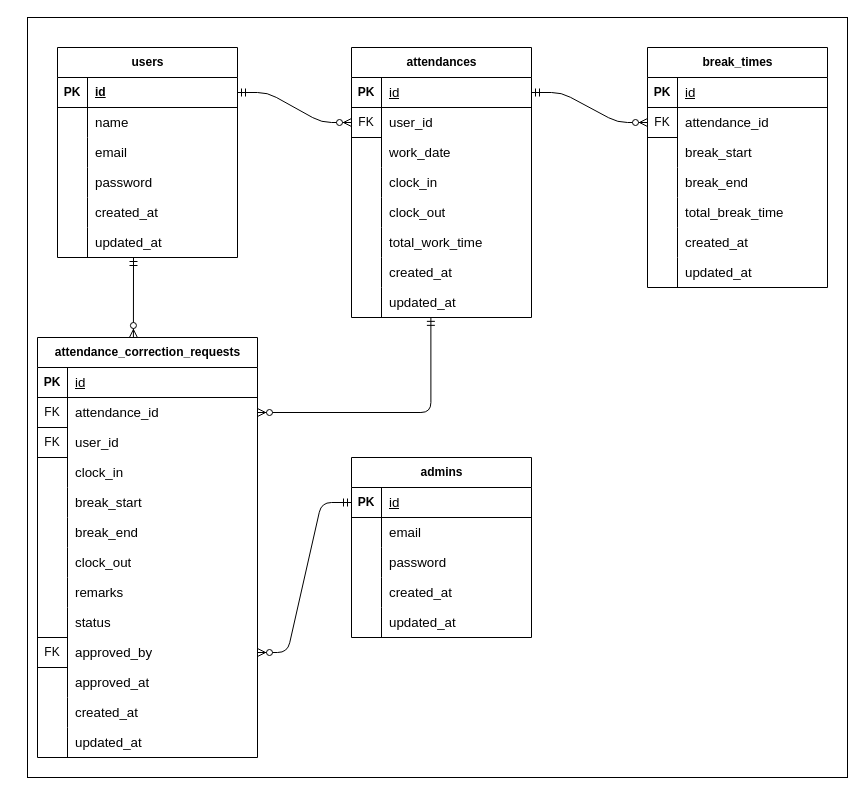
This is Attendance=app.dio from tashima-git/Attendance-app, a draw.io file, before an edit. Source tidied: cells renumbered, new cells numbered last; positions are measured from the earlier drawing's top-left corner, leaving out a move shared by most shapes. Both pictures are drawn from the tidied source at 100%, with x=0, y=0 at pixel (27, 17).
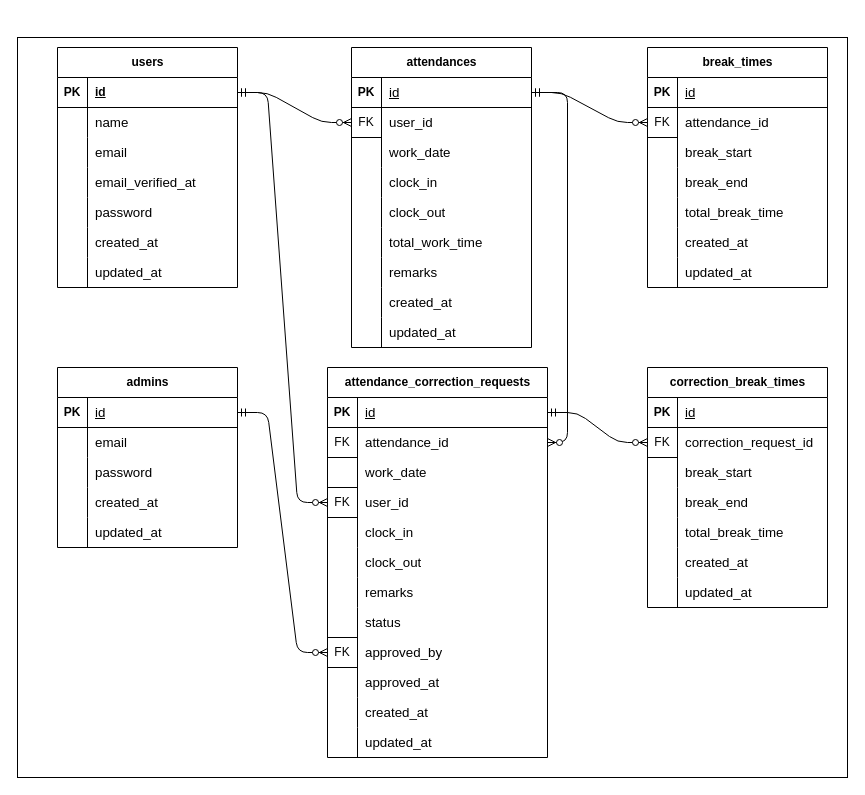
The same page after the edit.

The change refers to these unchanged cells:
```xml
<mxCell id="4" style="shape=tableRow;horizontal=0;startSize=0;swimlaneHead=0;swimlaneBody=0;fillColor=none;points=[[0,0.5],[1,0.5]];portConstraint=eastwest;top=0;left=0;right=0;bottom=1;" parent="3" vertex="1">
  <mxGeometry y="30" width="180" height="30" as="geometry" />
</mxCell>
<mxCell id="13" style="shape=tableRow;horizontal=0;startSize=0;swimlaneHead=0;swimlaneBody=0;fillColor=none;top=0;left=0;right=0;bottom=0;" parent="3" vertex="1">
  <mxGeometry y="120" width="180" height="30" as="geometry" />
</mxCell>
<mxCell id="16" style="shape=tableRow;horizontal=0;startSize=0;swimlaneHead=0;swimlaneBody=0;fillColor=none;top=0;left=0;right=0;bottom=0;" parent="3" vertex="1">
  <mxGeometry y="150" width="180" height="30" as="geometry" />
</mxCell>
<mxCell id="19" style="shape=tableRow;horizontal=0;startSize=0;swimlaneHead=0;swimlaneBody=0;fillColor=none;top=0;left=0;right=0;bottom=0;" parent="3" vertex="1">
  <mxGeometry y="180" width="180" height="30" as="geometry" />
</mxCell>
<mxCell id="23" style="shape=tableRow;horizontal=0;startSize=0;swimlaneHead=0;swimlaneBody=0;fillColor=none;points=[[0,0.5],[1,0.5]];portConstraint=eastwest;top=0;left=0;right=0;bottom=1;" parent="22" vertex="1">
  <mxGeometry y="30" width="180" height="30" as="geometry" />
</mxCell>
<mxCell id="39" style="shape=tableRow;horizontal=0;startSize=0;swimlaneHead=0;swimlaneBody=0;fillColor=none;points=[[0,0.5],[1,0.5]];portConstraint=eastwest;top=0;left=0;right=0;bottom=1;" parent="38" vertex="1">
  <mxGeometry y="30" width="180" height="30" as="geometry" />
</mxCell>
<mxCell id="86" style="shape=tableRow;horizontal=0;startSize=0;swimlaneHead=0;swimlaneBody=0;fillColor=none;points=[[0,0.5],[1,0.5]];portConstraint=eastwest;top=0;left=0;right=0;bottom=1;" parent="85" vertex="1">
  <mxGeometry y="30" width="220" height="30" as="geometry" />
</mxCell>
<mxCell id="89" style="shape=tableRow;horizontal=0;startSize=0;swimlaneHead=0;swimlaneBody=0;fillColor=none;points=[[0,0.5],[1,0.5]];portConstraint=eastwest;top=0;left=0;right=0;bottom=0;" parent="85" vertex="1">
  <mxGeometry y="60" width="220" height="30" as="geometry" />
</mxCell>
```

What changed in the source:
```diff
@@
     <mxCell id="2" style="rounded=0;whiteSpace=wrap;html=1;" parent="1" vertex="1">
-      <mxGeometry width="820" height="760" as="geometry" />
+      <mxGeometry x="-10" y="20" width="830" height="740" as="geometry" />
     </mxCell>
     <mxCell id="3" value="users" style="shape=table;startSize=30;childLayout=tableLayout;rowLines=0;fontStyle=1;align=center;html=1;" parent="1" vertex="1">
-      <mxGeometry x="30" y="30" width="180" height="210" as="geometry" />
+      <mxGeometry x="30" y="30" width="180" height="240" as="geometry" />
     </mxCell>
@@
-    <mxCell id="15" value="&lt;span style=&quot;color: rgb(0, 0, 0); font-size: 10pt; font-family: Arial;&quot;&gt;password&lt;/span&gt;" style="shape=partialRectangle;fillColor=none;top=0;left=0;bottom=0;right=0;align=left;spacingLeft=6;overflow=hidden;whiteSpace=wrap;html=1;" parent="13" vertex="1">
+    <mxCell id="15" value="&lt;span style=&quot;color: rgb(0, 0, 0); font-size: 10pt; font-family: Arial;&quot;&gt;email_verified_at&lt;/span&gt;" style="shape=partialRectangle;fillColor=none;top=0;left=0;bottom=0;right=0;align=left;spacingLeft=6;overflow=hidden;whiteSpace=wrap;html=1;" parent="13" vertex="1">
       <mxGeometry x="30" width="150" height="30" as="geometry" />
     </mxCell>
@@
-    <mxCell id="18" value="&lt;span style=&quot;color: rgb(0, 0, 0); font-size: 10pt; font-family: Arial;&quot;&gt;created_at&lt;/span&gt;" style="shape=partialRectangle;fillColor=none;top=0;left=0;bottom=0;right=0;align=left;spacingLeft=6;overflow=hidden;whiteSpace=wrap;html=1;" parent="16" vertex="1">
+    <mxCell id="18" value="&lt;span style=&quot;color: rgb(0, 0, 0); font-family: Arial; font-size: 13.3333px;&quot;&gt;password&lt;/span&gt;" style="shape=partialRectangle;fillColor=none;top=0;left=0;bottom=0;right=0;align=left;spacingLeft=6;overflow=hidden;whiteSpace=wrap;html=1;" parent="16" vertex="1">
       <mxGeometry x="30" width="150" height="30" as="geometry" />
     </mxCell>
@@
-    <mxCell id="21" value="&lt;span style=&quot;color: rgb(0, 0, 0); font-size: 10pt; font-family: Arial;&quot;&gt;updated_at&lt;/span&gt;" style="shape=partialRectangle;fillColor=none;top=0;left=0;bottom=0;right=0;align=left;spacingLeft=6;overflow=hidden;whiteSpace=wrap;html=1;" parent="19" vertex="1">
+    <mxCell id="21" value="&lt;span style=&quot;color: rgb(0, 0, 0); font-family: Arial; font-size: 13.3333px;&quot;&gt;created_at&lt;/span&gt;" style="shape=partialRectangle;fillColor=none;top=0;left=0;bottom=0;right=0;align=left;spacingLeft=6;overflow=hidden;whiteSpace=wrap;html=1;" parent="19" vertex="1">
       <mxGeometry x="30" width="150" height="30" as="geometry" />
     </mxCell>
+    <mxCell id="130" style="shape=tableRow;horizontal=0;startSize=0;swimlaneHead=0;swimlaneBody=0;fillColor=none;top=0;left=0;right=0;bottom=0;" parent="3" vertex="1">
+      <mxGeometry y="210" width="180" height="30" as="geometry" />
+    </mxCell>
+    <mxCell id="131" style="shape=partialRectangle;fillColor=none;top=0;left=0;bottom=0;right=0;overflow=hidden;whiteSpace=wrap;html=1;" parent="130" vertex="1">
+      <mxGeometry width="30" height="30" as="geometry" />
+    </mxCell>
+    <mxCell id="132" value="&lt;span style=&quot;color: rgb(0, 0, 0); font-family: Arial; font-size: 13.3333px;&quot;&gt;updated_at&lt;/span&gt;" style="shape=partialRectangle;fillColor=none;top=0;left=0;bottom=0;right=0;align=left;spacingLeft=6;overflow=hidden;whiteSpace=wrap;html=1;" parent="130" vertex="1">
+      <mxGeometry x="30" width="150" height="30" as="geometry" />
+    </mxCell>
     <mxCell id="22" value="admins" style="shape=table;startSize=30;childLayout=tableLayout;rowLines=0;fontStyle=1;align=center;html=1;" parent="1" vertex="1">
-      <mxGeometry x="324" y="440" width="180" height="180" as="geometry" />
+      <mxGeometry x="30" y="350" width="180" height="180" as="geometry" />
     </mxCell>
@@
     <mxCell id="38" value="attendances" style="shape=table;startSize=30;childLayout=tableLayout;rowLines=0;fontStyle=1;align=center;html=1;" parent="1" vertex="1">
-      <mxGeometry x="324" y="30" width="180" height="270" as="geometry" />
+      <mxGeometry x="324" y="30" width="180" height="300" as="geometry" />
     </mxCell>
@@
+    <mxCell id="133" style="shape=tableRow;horizontal=0;startSize=0;swimlaneHead=0;swimlaneBody=0;fillColor=none;top=0;left=0;right=0;bottom=0;" parent="38" vertex="1">
+      <mxGeometry y="210" width="180" height="30" as="geometry" />
+    </mxCell>
+    <mxCell id="134" style="shape=partialRectangle;fillColor=none;top=0;left=0;bottom=0;right=0;overflow=hidden;whiteSpace=wrap;html=1;" parent="133" vertex="1">
+      <mxGeometry width="30" height="30" as="geometry" />
+    </mxCell>
+    <mxCell id="135" value="&lt;span style=&quot;color: rgb(0, 0, 0); font-size: 10pt; font-family: Arial;&quot;&gt;remarks&lt;/span&gt;" style="shape=partialRectangle;fillColor=none;top=0;left=0;bottom=0;right=0;align=left;spacingLeft=6;overflow=hidden;whiteSpace=wrap;html=1;" parent="133" vertex="1">
+      <mxGeometry x="30" width="150" height="30" as="geometry" />
+    </mxCell>
     <mxCell id="57" style="shape=tableRow;horizontal=0;startSize=0;swimlaneHead=0;swimlaneBody=0;fillColor=none;top=0;left=0;right=0;bottom=0;" parent="38" vertex="1">
-      <mxGeometry y="210" width="180" height="30" as="geometry" />
+      <mxGeometry y="240" width="180" height="30" as="geometry" />
     </mxCell>
@@
     <mxCell id="60" style="shape=tableRow;horizontal=0;startSize=0;swimlaneHead=0;swimlaneBody=0;fillColor=none;points=[[0,0.5],[1,0.5]];portConstraint=eastwest;top=0;left=0;right=0;bottom=0;" parent="38" vertex="1">
-      <mxGeometry y="240" width="180" height="30" as="geometry" />
+      <mxGeometry y="270" width="180" height="30" as="geometry" />
     </mxCell>
@@
     <mxCell id="85" value="attendance_correction_requests" style="shape=table;startSize=30;childLayout=tableLayout;rowLines=0;fontStyle=1;align=center;html=1;" parent="1" vertex="1">
-      <mxGeometry x="10" y="320" width="220" height="420" as="geometry" />
+      <mxGeometry x="300" y="350" width="220" height="390" as="geometry" />
     </mxCell>
@@
-    <mxCell id="90" value="&lt;span style=&quot;color: rgb(0, 0, 0);&quot;&gt;FK&lt;/span&gt;" style="shape=partialRectangle;fillColor=none;top=0;left=0;bottom=0;right=0;overflow=hidden;whiteSpace=wrap;html=1;perimeterSpacing=1;strokeColor=default;" parent="89" vertex="1">
+    <mxCell id="90" value="&lt;span style=&quot;color: rgb(0, 0, 0);&quot;&gt;FK&lt;/span&gt;" style="shape=partialRectangle;fillColor=none;top=0;left=0;bottom=1;right=0;overflow=hidden;whiteSpace=wrap;html=1;perimeterSpacing=1;strokeColor=default;labelBorderColor=none;" parent="89" vertex="1">
       <mxGeometry width="30" height="30" as="geometry" />
     </mxCell>
@@
+    <mxCell id="136" style="shape=tableRow;horizontal=0;startSize=0;swimlaneHead=0;swimlaneBody=0;fillColor=none;top=0;left=0;right=0;bottom=0;" parent="85" vertex="1">
+      <mxGeometry y="90" width="220" height="30" as="geometry" />
+    </mxCell>
+    <mxCell id="137" style="shape=partialRectangle;fillColor=none;top=0;left=0;bottom=0;right=0;overflow=hidden;whiteSpace=wrap;html=1;perimeterSpacing=1;strokeColor=default;" parent="136" vertex="1">
+      <mxGeometry width="30" height="30" as="geometry" />
+    </mxCell>
+    <mxCell id="138" value="&lt;span style=&quot;color: rgb(0, 0, 0); font-size: 10pt; font-family: Arial;&quot;&gt;work_date&lt;/span&gt;" style="shape=partialRectangle;fillColor=none;top=0;left=0;bottom=0;right=0;align=left;spacingLeft=6;overflow=hidden;whiteSpace=wrap;html=1;" parent="136" vertex="1">
+      <mxGeometry x="30" width="190" height="30" as="geometry" />
+    </mxCell>
     <mxCell id="92" style="shape=tableRow;horizontal=0;startSize=0;swimlaneHead=0;swimlaneBody=0;fillColor=none;points=[[0,0.5],[1,0.5]];portConstraint=eastwest;top=0;left=0;right=0;bottom=0;" parent="85" vertex="1">
-      <mxGeometry y="90" width="220" height="30" as="geometry" />
+      <mxGeometry y="120" width="220" height="30" as="geometry" />
     </mxCell>
@@
     <mxCell id="95" style="shape=tableRow;horizontal=0;startSize=0;swimlaneHead=0;swimlaneBody=0;fillColor=none;top=0;left=0;right=0;bottom=0;" parent="85" vertex="1">
-      <mxGeometry y="120" width="220" height="30" as="geometry" />
+      <mxGeometry y="150" width="220" height="30" as="geometry" />
     </mxCell>
@@
-    <mxCell id="98" style="shape=tableRow;horizontal=0;startSize=0;swimlaneHead=0;swimlaneBody=0;fillColor=none;top=0;left=0;right=0;bottom=0;" parent="85" vertex="1">
-      <mxGeometry y="150" width="220" height="30" as="geometry" />
-    </mxCell>
-    <mxCell id="99" style="shape=partialRectangle;fillColor=none;top=0;left=0;bottom=0;right=0;overflow=hidden;whiteSpace=wrap;html=1;" parent="98" vertex="1">
-      <mxGeometry width="30" height="30" as="geometry" />
-    </mxCell>
-    <mxCell id="100" value="&lt;span style=&quot;color: rgb(0, 0, 0); font-size: 10pt; font-family: Arial;&quot;&gt;break_start&lt;/span&gt;" style="shape=partialRectangle;fillColor=none;top=0;left=0;bottom=0;right=0;align=left;spacingLeft=6;overflow=hidden;whiteSpace=wrap;html=1;" parent="98" vertex="1">
-      <mxGeometry x="30" width="190" height="30" as="geometry" />
-    </mxCell>
-    <mxCell id="101" style="shape=tableRow;horizontal=0;startSize=0;swimlaneHead=0;swimlaneBody=0;fillColor=none;top=0;left=0;right=0;bottom=0;" parent="85" vertex="1">
-      <mxGeometry y="180" width="220" height="30" as="geometry" />
-    </mxCell>
-    <mxCell id="102" style="shape=partialRectangle;fillColor=none;top=0;left=0;bottom=0;right=0;overflow=hidden;whiteSpace=wrap;html=1;" parent="101" vertex="1">
-      <mxGeometry width="30" height="30" as="geometry" />
-    </mxCell>
-    <mxCell id="103" value="&lt;span style=&quot;color: rgb(0, 0, 0); font-size: 10pt; font-family: Arial;&quot;&gt;break_end&lt;/span&gt;" style="shape=partialRectangle;fillColor=none;top=0;left=0;bottom=0;right=0;align=left;spacingLeft=6;overflow=hidden;whiteSpace=wrap;html=1;" parent="101" vertex="1">
-      <mxGeometry x="30" width="190" height="30" as="geometry" />
-    </mxCell>
     <mxCell id="104" style="shape=tableRow;horizontal=0;startSize=0;swimlaneHead=0;swimlaneBody=0;fillColor=none;top=0;left=0;right=0;bottom=0;" parent="85" vertex="1">
-      <mxGeometry y="210" width="220" height="30" as="geometry" />
+      <mxGeometry y="180" width="220" height="30" as="geometry" />
     </mxCell>
@@
     <mxCell id="107" style="shape=tableRow;horizontal=0;startSize=0;swimlaneHead=0;swimlaneBody=0;fillColor=none;top=0;left=0;right=0;bottom=0;" parent="85" vertex="1">
-      <mxGeometry y="240" width="220" height="30" as="geometry" />
+      <mxGeometry y="210" width="220" height="30" as="geometry" />
     </mxCell>
@@
     <mxCell id="110" style="shape=tableRow;horizontal=0;startSize=0;swimlaneHead=0;swimlaneBody=0;fillColor=none;top=0;left=0;right=0;bottom=0;" parent="85" vertex="1">
-      <mxGeometry y="270" width="220" height="30" as="geometry" />
+      <mxGeometry y="240" width="220" height="30" as="geometry" />
     </mxCell>
@@
     <mxCell id="113" style="shape=tableRow;horizontal=0;startSize=0;swimlaneHead=0;swimlaneBody=0;fillColor=none;points=[[0,0.5],[1,0.5]];portConstraint=eastwest;top=0;left=0;right=0;bottom=0;" parent="85" vertex="1">
-      <mxGeometry y="300" width="220" height="30" as="geometry" />
+      <mxGeometry y="270" width="220" height="30" as="geometry" />
     </mxCell>
@@
     <mxCell id="116" style="shape=tableRow;horizontal=0;startSize=0;swimlaneHead=0;swimlaneBody=0;fillColor=none;top=0;left=0;right=0;bottom=0;" parent="85" vertex="1">
-      <mxGeometry y="330" width="220" height="30" as="geometry" />
+      <mxGeometry y="300" width="220" height="30" as="geometry" />
     </mxCell>
@@
     <mxCell id="119" style="shape=tableRow;horizontal=0;startSize=0;swimlaneHead=0;swimlaneBody=0;fillColor=none;top=0;left=0;right=0;bottom=0;" parent="85" vertex="1">
-      <mxGeometry y="360" width="220" height="30" as="geometry" />
+      <mxGeometry y="330" width="220" height="30" as="geometry" />
     </mxCell>
@@
     <mxCell id="122" style="shape=tableRow;horizontal=0;startSize=0;swimlaneHead=0;swimlaneBody=0;fillColor=none;top=0;left=0;right=0;bottom=0;" parent="85" vertex="1">
-      <mxGeometry y="390" width="220" height="30" as="geometry" />
+      <mxGeometry y="360" width="220" height="30" as="geometry" />
     </mxCell>
@@
-    <mxCell id="127" style="edgeStyle=entityRelationEdgeStyle;fontSize=12;html=1;endArrow=ERzeroToMany;startArrow=ERmandOne;exitX=0;exitY=0.5;exitDx=0;exitDy=0;entryX=1;entryY=0.5;entryDx=0;entryDy=0;" parent="1" edge="1" source="23" target="113">
+    <mxCell id="127" style="edgeStyle=entityRelationEdgeStyle;fontSize=12;html=1;endArrow=ERzeroToMany;startArrow=ERmandOne;exitX=1;exitY=0.5;exitDx=0;exitDy=0;entryX=0;entryY=0.5;entryDx=0;entryDy=0;" parent="1" edge="1" source="23" target="113">
       <mxGeometry relative="1" as="geometry" />
     </mxCell>
-    <mxCell id="128" style="fontSize=12;html=1;endArrow=ERzeroToMany;startArrow=ERmandOne;entryX=0.436;entryY=0;entryDx=0;entryDy=0;entryPerimeter=0;" parent="1" edge="1" target="85">
+    <mxCell id="128" style="fontSize=12;html=1;endArrow=ERzeroToMany;startArrow=ERmandOne;entryX=0;entryY=0.5;entryDx=0;entryDy=0;exitX=1;exitY=0.5;exitDx=0;exitDy=0;edgeStyle=entityRelationEdgeStyle;" parent="1" edge="1" source="4" target="92">
       <mxGeometry relative="1" as="geometry">
-        <mxPoint x="106" y="240" as="sourcePoint" />
+        <Array as="points">
+          <mxPoint x="106" y="310" />
+          <mxPoint x="240" y="310" />
+          <mxPoint x="270" y="330" />
+          <mxPoint x="240" y="320" />
+        </Array>
       </mxGeometry>
     </mxCell>
-    <mxCell id="129" style="edgeStyle=orthogonalEdgeStyle;fontSize=12;html=1;endArrow=ERzeroToMany;startArrow=ERmandOne;entryX=1;entryY=0.5;entryDx=0;entryDy=0;exitX=0.441;exitY=0.995;exitDx=0;exitDy=0;exitPerimeter=0;" parent="1" edge="1" source="60" target="89">
-      <mxGeometry relative="1" as="geometry" />
-    </mxCell>
+    <mxCell id="139" style="edgeStyle=orthogonalEdgeStyle;fontSize=12;html=1;endArrow=ERzeroToMany;startArrow=ERmandOne;exitX=1;exitY=0.5;exitDx=0;exitDy=0;entryX=1;entryY=0.5;entryDx=0;entryDy=0;" parent="1" edge="1" source="39" target="89">
+      <mxGeometry relative="1" as="geometry">
+        <Array as="points">
+          <mxPoint x="540" y="75" />
+          <mxPoint x="540" y="425" />
+        </Array>
+      </mxGeometry>
+    </mxCell>
+    <mxCell id="140" value="correction_break_times" style="shape=table;startSize=30;childLayout=tableLayout;rowLines=0;fontStyle=1;align=center;html=1;" parent="1" vertex="1">
+      <mxGeometry x="620" y="350" width="180" height="240" as="geometry" />
+    </mxCell>
+    <mxCell id="141" style="shape=tableRow;horizontal=0;startSize=0;swimlaneHead=0;swimlaneBody=0;fillColor=none;top=0;left=0;right=0;bottom=1;" parent="140" vertex="1">
+      <mxGeometry y="30" width="180" height="30" as="geometry" />
+    </mxCell>
+    <mxCell id="142" value="PK" style="shape=partialRectangle;fillColor=none;top=0;left=0;bottom=0;right=0;fontStyle=1;overflow=hidden;whiteSpace=wrap;html=1;" parent="141" vertex="1">
+      <mxGeometry width="30" height="30" as="geometry" />
+    </mxCell>
+    <mxCell id="143" value="&lt;span style=&quot;color: rgb(0, 0, 0); font-weight: 400; font-size: 10pt; font-family: Arial;&quot;&gt;id&lt;/span&gt;" style="shape=partialRectangle;fillColor=none;top=0;left=0;bottom=0;right=0;align=left;spacingLeft=6;fontStyle=5;overflow=hidden;whiteSpace=wrap;html=1;strokeColor=inherit;" parent="141" vertex="1">
+      <mxGeometry x="30" width="150" height="30" as="geometry" />
+    </mxCell>
+    <mxCell id="144" style="shape=tableRow;horizontal=0;startSize=0;swimlaneHead=0;swimlaneBody=0;fillColor=none;points=[[0,0.5],[1,0.5]];portConstraint=eastwest;top=0;left=0;right=0;bottom=0;" parent="140" vertex="1">
+      <mxGeometry y="60" width="180" height="30" as="geometry" />
+    </mxCell>
+    <mxCell id="145" value="&lt;span style=&quot;color: rgb(0, 0, 0);&quot;&gt;FK&lt;/span&gt;" style="shape=partialRectangle;fillColor=none;top=0;left=0;bottom=1;right=0;overflow=hidden;whiteSpace=wrap;html=1;perimeterSpacing=1;strokeColor=default;" parent="144" vertex="1">
+      <mxGeometry width="30" height="30" as="geometry" />
+    </mxCell>
+    <mxCell id="146" value="&lt;span style=&quot;color: rgb(0, 0, 0); font-size: 10pt; font-family: Arial;&quot;&gt;correction_request_id&lt;/span&gt;" style="shape=partialRectangle;fillColor=none;top=0;left=0;bottom=0;right=0;align=left;spacingLeft=6;overflow=hidden;whiteSpace=wrap;html=1;" parent="144" vertex="1">
+      <mxGeometry x="30" width="150" height="30" as="geometry" />
+    </mxCell>
+    <mxCell id="147" style="shape=tableRow;horizontal=0;startSize=0;swimlaneHead=0;swimlaneBody=0;fillColor=none;top=0;left=0;right=0;bottom=0;" parent="140" vertex="1">
+      <mxGeometry y="90" width="180" height="30" as="geometry" />
+    </mxCell>
+    <mxCell id="148" style="shape=partialRectangle;fillColor=none;top=0;left=0;bottom=0;right=0;overflow=hidden;whiteSpace=wrap;html=1;" parent="147" vertex="1">
+      <mxGeometry width="30" height="30" as="geometry" />
+    </mxCell>
+    <mxCell id="100" value="&lt;span style=&quot;color: rgb(0, 0, 0); font-size: 10pt; font-family: Arial;&quot;&gt;break_start&lt;/span&gt;" style="shape=partialRectangle;fillColor=none;top=0;left=0;bottom=0;right=0;align=left;spacingLeft=6;overflow=hidden;whiteSpace=wrap;html=1;" parent="147" vertex="1">
+      <mxGeometry x="30" width="150" height="30" as="geometry" />
+    </mxCell>
+    <mxCell id="149" style="shape=tableRow;horizontal=0;startSize=0;swimlaneHead=0;swimlaneBody=0;fillColor=none;top=0;left=0;right=0;bottom=0;" parent="140" vertex="1">
+      <mxGeometry y="120" width="180" height="30" as="geometry" />
+    </mxCell>
+    <mxCell id="150" style="shape=partialRectangle;fillColor=none;top=0;left=0;bottom=0;right=0;overflow=hidden;whiteSpace=wrap;html=1;" parent="149" vertex="1">
+      <mxGeometry width="30" height="30" as="geometry" />
+    </mxCell>
+    <mxCell id="103" value="&lt;span style=&quot;color: rgb(0, 0, 0); font-size: 10pt; font-family: Arial;&quot;&gt;break_end&lt;/span&gt;" style="shape=partialRectangle;fillColor=none;top=0;left=0;bottom=0;right=0;align=left;spacingLeft=6;overflow=hidden;whiteSpace=wrap;html=1;" parent="149" vertex="1">
+      <mxGeometry x="30" width="150" height="30" as="geometry" />
+    </mxCell>
+    <mxCell id="151" style="shape=tableRow;horizontal=0;startSize=0;swimlaneHead=0;swimlaneBody=0;fillColor=none;top=0;left=0;right=0;bottom=0;" parent="140" vertex="1">
+      <mxGeometry y="150" width="180" height="30" as="geometry" />
+    </mxCell>
+    <mxCell id="152" style="shape=partialRectangle;fillColor=none;top=0;left=0;bottom=0;right=0;overflow=hidden;whiteSpace=wrap;html=1;" parent="151" vertex="1">
+      <mxGeometry width="30" height="30" as="geometry" />
+    </mxCell>
+    <mxCell id="153" value="&lt;span style=&quot;color: rgb(0, 0, 0); font-size: 10pt; font-family: Arial;&quot;&gt;total_break_time&lt;/span&gt;" style="shape=partialRectangle;fillColor=none;top=0;left=0;bottom=0;right=0;align=left;spacingLeft=6;overflow=hidden;whiteSpace=wrap;html=1;" parent="151" vertex="1">
+      <mxGeometry x="30" width="150" height="30" as="geometry" />
+    </mxCell>
+    <mxCell id="154" style="shape=tableRow;horizontal=0;startSize=0;swimlaneHead=0;swimlaneBody=0;fillColor=none;top=0;left=0;right=0;bottom=0;" parent="140" vertex="1">
+      <mxGeometry y="180" width="180" height="30" as="geometry" />
+    </mxCell>
+    <mxCell id="155" style="shape=partialRectangle;fillColor=none;top=0;left=0;bottom=0;right=0;overflow=hidden;whiteSpace=wrap;html=1;" parent="154" vertex="1">
+      <mxGeometry width="30" height="30" as="geometry" />
+    </mxCell>
+    <mxCell id="156" value="&lt;span style=&quot;color: rgb(0, 0, 0); font-size: 10pt; font-family: Arial;&quot;&gt;created_at&lt;/span&gt;" style="shape=partialRectangle;fillColor=none;top=0;left=0;bottom=0;right=0;align=left;spacingLeft=6;overflow=hidden;whiteSpace=wrap;html=1;" parent="154" vertex="1">
+      <mxGeometry x="30" width="150" height="30" as="geometry" />
+    </mxCell>
+    <mxCell id="157" style="shape=tableRow;horizontal=0;startSize=0;swimlaneHead=0;swimlaneBody=0;fillColor=none;top=0;left=0;right=0;bottom=0;" parent="140" vertex="1">
+      <mxGeometry y="210" width="180" height="30" as="geometry" />
+    </mxCell>
+    <mxCell id="158" style="shape=partialRectangle;fillColor=none;top=0;left=0;bottom=0;right=0;overflow=hidden;whiteSpace=wrap;html=1;" parent="157" vertex="1">
+      <mxGeometry width="30" height="30" as="geometry" />
+    </mxCell>
+    <mxCell id="159" value="&lt;span style=&quot;color: rgb(0, 0, 0); font-size: 10pt; font-family: Arial;&quot;&gt;updated_at&lt;/span&gt;" style="shape=partialRectangle;fillColor=none;top=0;left=0;bottom=0;right=0;align=left;spacingLeft=6;overflow=hidden;whiteSpace=wrap;html=1;" parent="157" vertex="1">
+      <mxGeometry x="30" width="150" height="30" as="geometry" />
+    </mxCell>
+    <mxCell id="160" style="edgeStyle=entityRelationEdgeStyle;fontSize=12;html=1;endArrow=ERzeroToMany;startArrow=ERmandOne;entryX=0;entryY=0.5;entryDx=0;entryDy=0;exitX=1;exitY=0.5;exitDx=0;exitDy=0;" parent="1" edge="1" source="86" target="144">
+      <mxGeometry relative="1" as="geometry" />
+    </mxCell>
```
